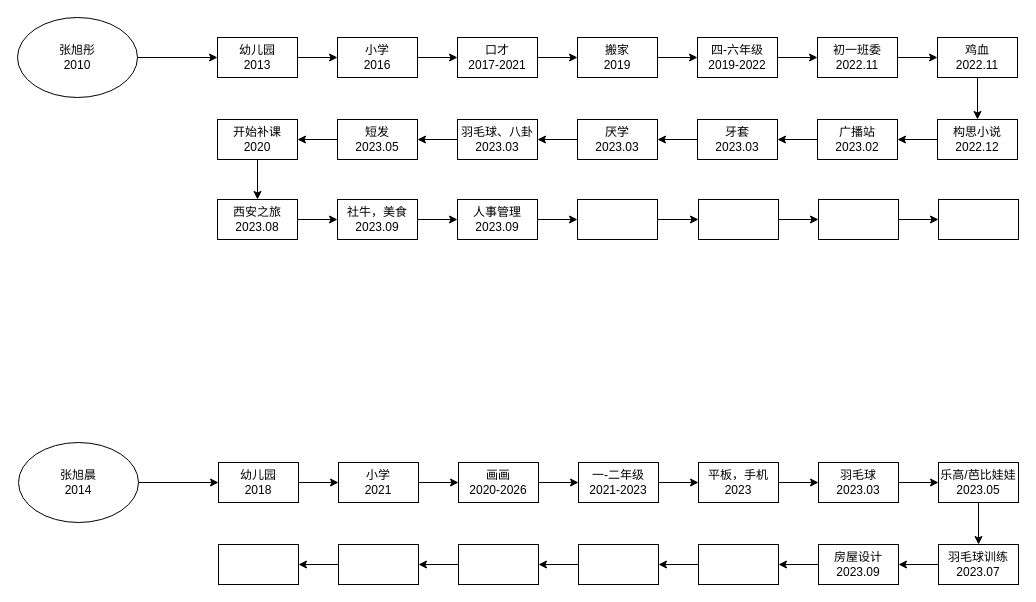
The draw.io diagram page "profile-niece" (5 of 9) of Fig_CS/source-file/personal.drawio in jizhang02/Figure-Factory, before the edit. Source tidied: cells renumbered, new cells numbered last; positions are measured from the earlier drawing's top-left corner, leaving out a move shared by most shapes. Both pictures are drawn from the tidied source at 100%, with x=0, y=0 at pixel (17, 17).
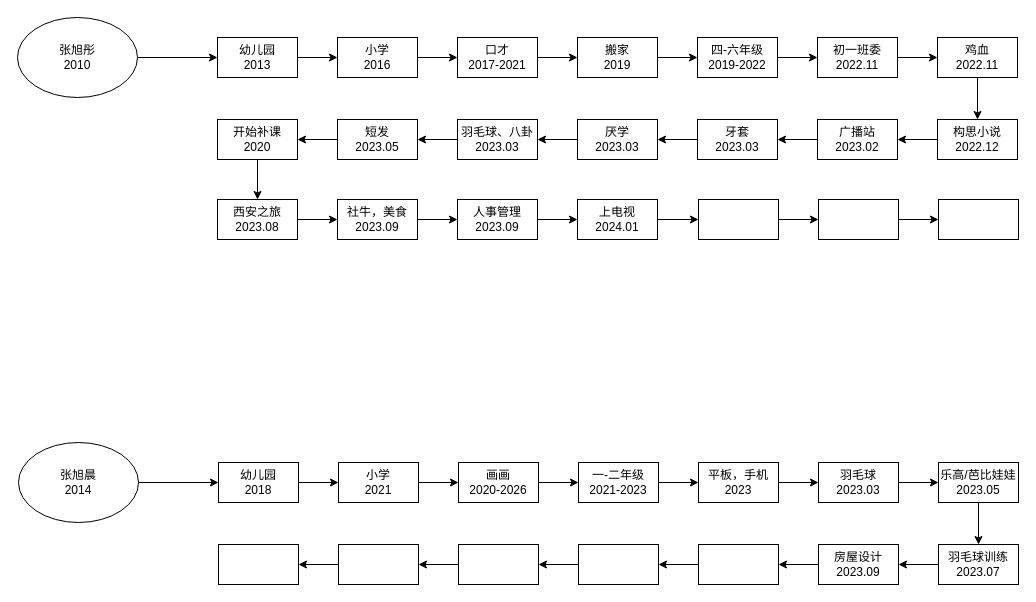
After the change.

Change to the diagram source:
```diff
@@
-    <mxCell id="68" style="rounded=0;whiteSpace=wrap;html=1;" parent="1" vertex="1">
+    <mxCell id="68" value="上电视&lt;br&gt;2024.01" style="rounded=0;whiteSpace=wrap;html=1;" parent="1" vertex="1">
       <mxGeometry x="560" y="182" width="80" height="40" as="geometry" />
     </mxCell>
```
